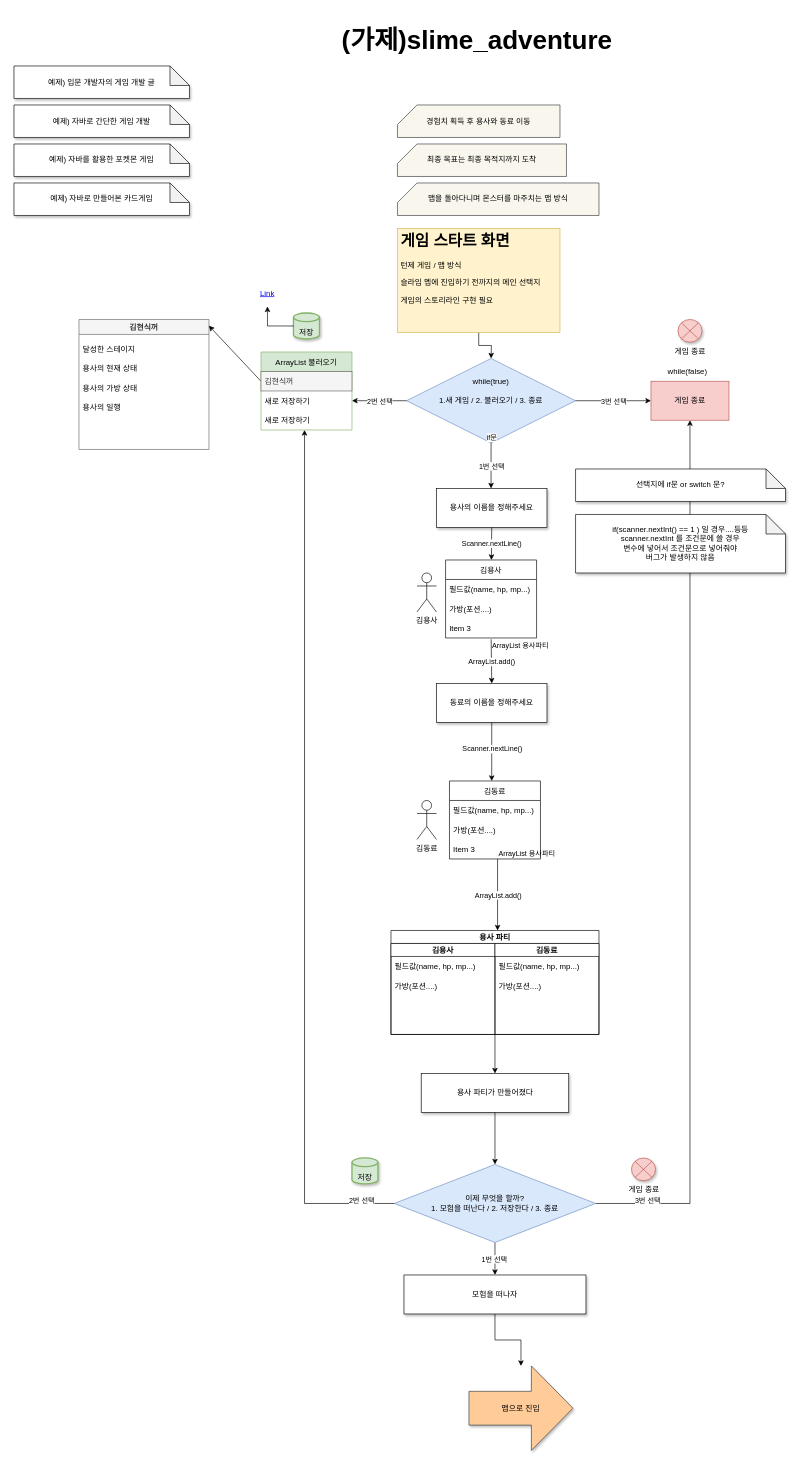
Before: page "game_start" (1 of 4) of Untitled Diagram.drawio in slime-and-Hero/slime_adventure, a draw.io diagram. Source tidied: cells renumbered, new cells numbered last; positions are measured from the earlier drawing's top-left corner, leaving out a move shared by most shapes. Both pictures are drawn from the tidied source at 65%, with x=0, y=0 at pixel (14, 14).
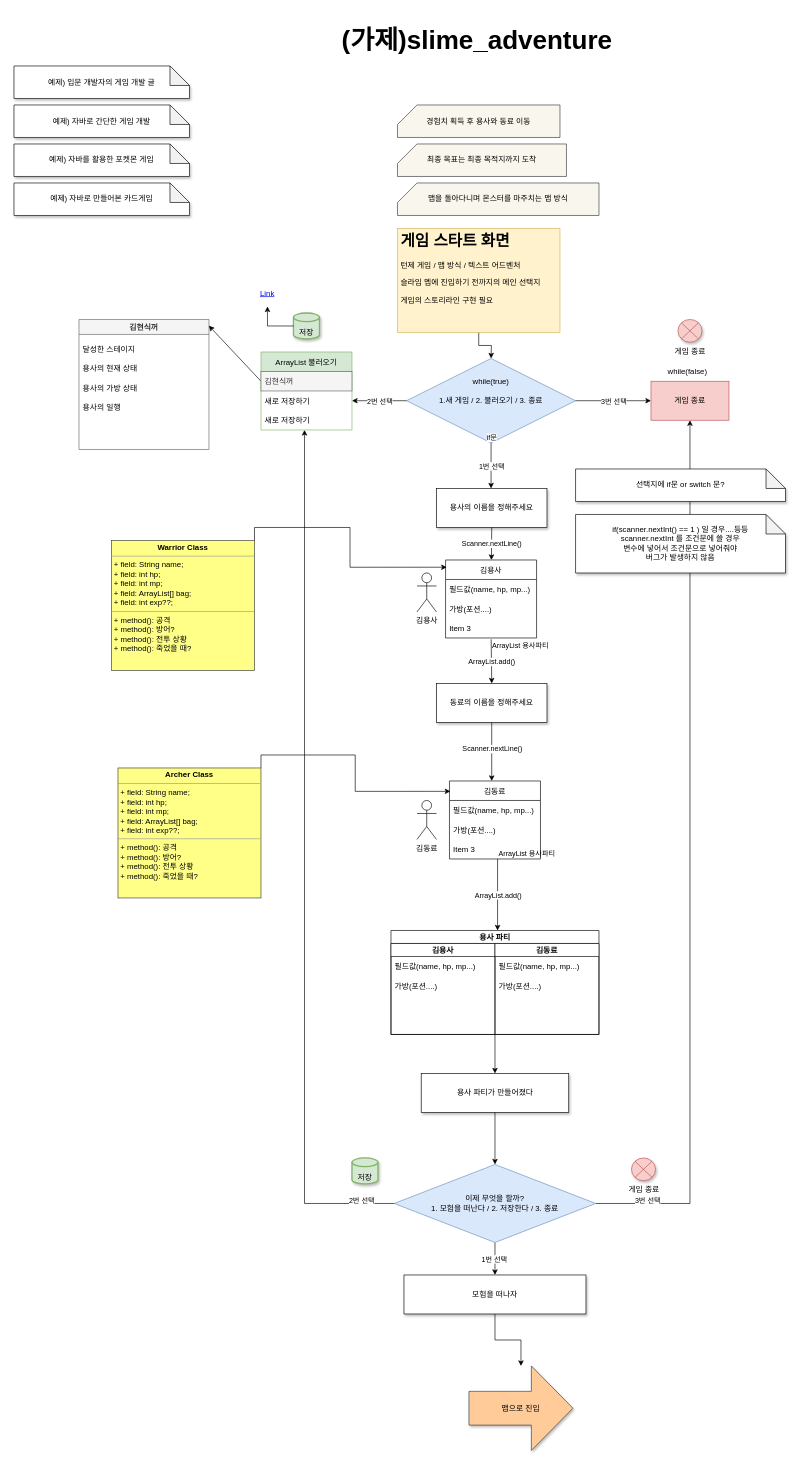
After the change.

Unchanged cells that the change refers to:
```xml
<mxCell id="65" value="김동료" style="swimlane;fontStyle=0;horizontal=1;startSize=30;" parent="64" vertex="1">
  <mxGeometry x="50" width="140" height="120" as="geometry" />
</mxCell>
<mxCell id="71" value="김용사" style="swimlane;fontStyle=0;horizontal=1;startSize=30;" parent="70" vertex="1">
  <mxGeometry x="44" width="140" height="120" as="geometry" />
</mxCell>
```

Change to the diagram source:
```diff
@@
-    <mxCell id="4" value="&lt;h1&gt;게임 스타트 화면&lt;/h1&gt;&lt;p&gt;턴제 게임 / 맵 방식&lt;/p&gt;&lt;p&gt;&lt;span style=&quot;text-align: center;&quot;&gt;슬라임 멥에 진입하기 전까지의 메인 선택지&lt;/span&gt;&lt;br&gt;&lt;/p&gt;&lt;p&gt;&lt;span style=&quot;text-align: center;&quot;&gt;게임의 스토리라인 구현 필요&lt;/span&gt;&lt;/p&gt;" style="text;html=1;strokeColor=#d6b656;fillColor=#fff2cc;spacing=5;spacingTop=-20;whiteSpace=wrap;overflow=hidden;rounded=0;" parent="1" vertex="1">
+    <mxCell id="4" value="&lt;h1&gt;게임 스타트 화면&lt;/h1&gt;&lt;p&gt;턴제 게임 / 맵 방식 / 텍스트 어드벤처&lt;/p&gt;&lt;p&gt;&lt;span style=&quot;text-align: center;&quot;&gt;슬라임 멥에 진입하기 전까지의 메인 선택지&lt;/span&gt;&lt;br&gt;&lt;/p&gt;&lt;p&gt;&lt;span style=&quot;text-align: center;&quot;&gt;게임의 스토리라인 구현 필요&lt;/span&gt;&lt;/p&gt;" style="text;html=1;strokeColor=#d6b656;fillColor=#fff2cc;spacing=5;spacingTop=-20;whiteSpace=wrap;overflow=hidden;rounded=0;" parent="1" vertex="1">
       <mxGeometry x="590" y="330" width="250" height="160" as="geometry" />
     </mxCell>
@@
+    <mxCell id="87" style="edgeStyle=orthogonalEdgeStyle;rounded=0;jettySize=auto;html=1;exitX=1;exitY=0;exitDx=0;exitDy=0;entryX=0.013;entryY=0.093;entryDx=0;entryDy=0;entryPerimeter=0;" parent="1" edge="1" source="88" target="71">
+      <mxGeometry relative="1" as="geometry" />
+    </mxCell>
+    <mxCell id="88" value="&lt;p style=&quot;margin:0px;margin-top:4px;text-align:center;&quot;&gt;&lt;b&gt;Warrior Class&lt;/b&gt;&lt;/p&gt;&lt;hr size=&quot;1&quot;&gt;&lt;p style=&quot;margin:0px;margin-left:4px;&quot;&gt;+ field: String name;&lt;br&gt;&lt;/p&gt;&lt;p style=&quot;margin:0px;margin-left:4px;&quot;&gt;+ field: int hp;&lt;br&gt;&lt;/p&gt;&lt;p style=&quot;margin:0px;margin-left:4px;&quot;&gt;+ field: int mp;&lt;br&gt;&lt;/p&gt;&lt;p style=&quot;margin:0px;margin-left:4px;&quot;&gt;+ field: ArrayList[] bag;&lt;br&gt;&lt;/p&gt;&lt;p style=&quot;margin:0px;margin-left:4px;&quot;&gt;+ field: int exp??;&lt;br&gt;&lt;/p&gt;&lt;hr size=&quot;1&quot;&gt;&lt;p style=&quot;margin:0px;margin-left:4px;&quot;&gt;+ method(): 공격&lt;/p&gt;&lt;p style=&quot;margin:0px;margin-left:4px;&quot;&gt;+ method(): 방어?&lt;br&gt;&lt;/p&gt;&lt;p style=&quot;margin:0px;margin-left:4px;&quot;&gt;+ method(): 전투 상황&lt;br&gt;&lt;/p&gt;&lt;p style=&quot;margin:0px;margin-left:4px;&quot;&gt;+ method(): 죽었을 때?&lt;br&gt;&lt;/p&gt;" style="verticalAlign=top;align=left;overflow=fill;fontSize=12;fontFamily=Helvetica;html=1;fillColor=#ffff88;strokeColor=#36393d;" parent="1" vertex="1">
+      <mxGeometry x="150" y="810" width="220" height="200" as="geometry" />
+    </mxCell>
+    <mxCell id="89" style="edgeStyle=orthogonalEdgeStyle;rounded=0;jettySize=auto;html=1;exitX=1;exitY=0;exitDx=0;exitDy=0;entryX=0.01;entryY=0.133;entryDx=0;entryDy=0;entryPerimeter=0;" parent="1" edge="1" source="90" target="65">
+      <mxGeometry relative="1" as="geometry" />
+    </mxCell>
+    <mxCell id="90" value="&lt;p style=&quot;margin:0px;margin-top:4px;text-align:center;&quot;&gt;&lt;b&gt;Archer Class&lt;/b&gt;&lt;/p&gt;&lt;hr size=&quot;1&quot;&gt;&lt;p style=&quot;margin:0px;margin-left:4px;&quot;&gt;+ field: String name;&lt;br&gt;&lt;/p&gt;&lt;p style=&quot;margin:0px;margin-left:4px;&quot;&gt;+ field: int hp;&lt;br&gt;&lt;/p&gt;&lt;p style=&quot;margin:0px;margin-left:4px;&quot;&gt;+ field: int mp;&lt;br&gt;&lt;/p&gt;&lt;p style=&quot;margin:0px;margin-left:4px;&quot;&gt;+ field: ArrayList[] bag;&lt;br&gt;&lt;/p&gt;&lt;p style=&quot;margin:0px;margin-left:4px;&quot;&gt;+ field: int exp??;&lt;br&gt;&lt;/p&gt;&lt;hr size=&quot;1&quot;&gt;&lt;p style=&quot;margin:0px;margin-left:4px;&quot;&gt;+ method(): 공격&lt;/p&gt;&lt;p style=&quot;margin:0px;margin-left:4px;&quot;&gt;+ method(): 방어?&lt;br&gt;&lt;/p&gt;&lt;p style=&quot;margin:0px;margin-left:4px;&quot;&gt;+ method(): 전투 상황&lt;br&gt;&lt;/p&gt;&lt;p style=&quot;margin:0px;margin-left:4px;&quot;&gt;+ method(): 죽었을 때?&lt;br&gt;&lt;/p&gt;" style="verticalAlign=top;align=left;overflow=fill;fontSize=12;fontFamily=Helvetica;html=1;fillColor=#ffff88;strokeColor=#36393d;" parent="1" vertex="1">
+      <mxGeometry x="160" y="1160" width="220" height="200" as="geometry" />
+    </mxCell>
```
